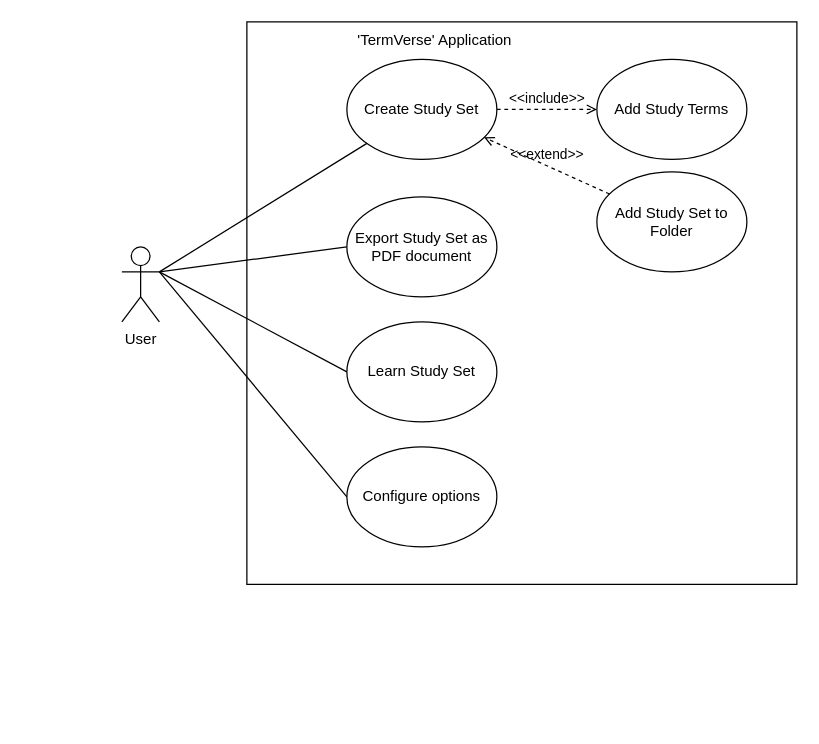
This is page "Use-Case diagram" (1 of 2) of Uml/UseCaseDiagram.drawio from MouseCreator/Labs2course-UML1a, a draw.io file, before an edit. Source tidied: cells renumbered, new cells numbered last; positions are measured from the earlier drawing's top-left corner, leaving out a move shared by most shapes. Both pictures are drawn from the tidied source at 125%, with x=0, y=0 at pixel (121, 21).
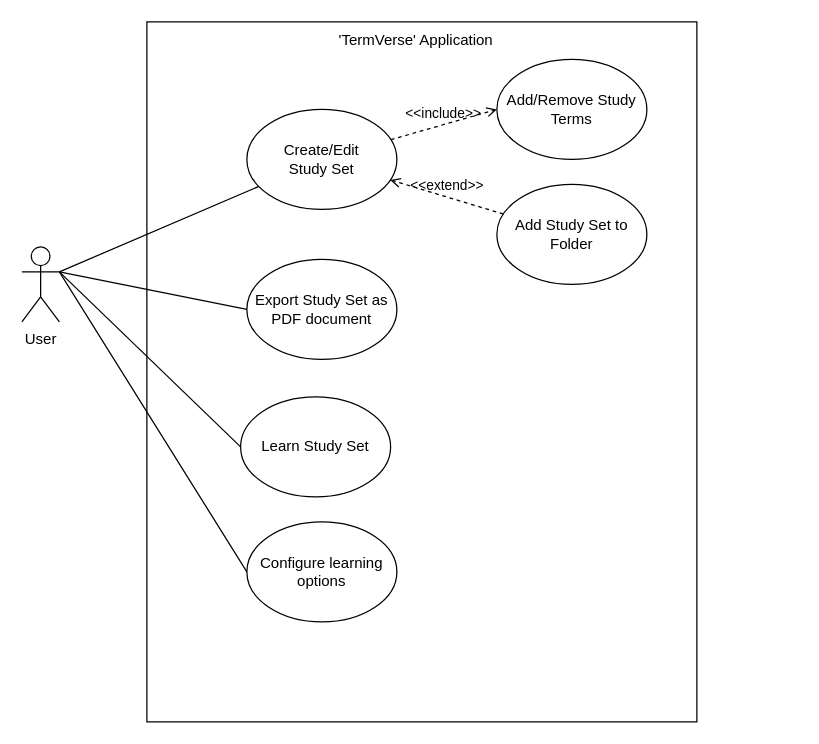
After the change.

Commit message (it also covers changes not shown here):
Added timing diagram

What changed in the source:
```diff
@@
 <mxGraphModel>
   <root>
     <mxCell id="0" />
     <mxCell id="1" parent="0" />
     <mxCell id="2" value="User" style="shape=umlActor;verticalLabelPosition=bottom;verticalAlign=top;html=1;" parent="1" vertex="1">
-      <mxGeometry y="180" width="30" height="60" as="geometry" />
+      <mxGeometry x="-80" y="180" width="30" height="60" as="geometry" />
     </mxCell>
     <mxCell id="3" style="whiteSpace=wrap;html=1;" parent="1" vertex="1">
-      <mxGeometry x="100" width="440" height="450" as="geometry" />
+      <mxGeometry x="20" width="440" height="560" as="geometry" />
     </mxCell>
     <mxCell id="4" value="'TermVerse' Application" style="text;html=1;align=center;verticalAlign=middle;strokeColor=none;fillColor=none;" parent="1" vertex="1">
-      <mxGeometry x="175" width="150" height="30" as="geometry" />
+      <mxGeometry x="160" width="150" height="30" as="geometry" />
     </mxCell>
-    <mxCell id="5" value="Create Study Set" style="ellipse;whiteSpace=wrap;html=1;" parent="1" vertex="1">
-      <mxGeometry x="180" y="30" width="120" height="80" as="geometry" />
+    <mxCell id="5" value="Create/Edit&lt;br&gt;Study Set" style="ellipse;whiteSpace=wrap;html=1;" parent="1" vertex="1">
+      <mxGeometry x="100" y="70" width="120" height="80" as="geometry" />
     </mxCell>
     <mxCell id="6" value="Learn Study Set" style="ellipse;whiteSpace=wrap;html=1;" parent="1" vertex="1">
-      <mxGeometry x="180" y="240" width="120" height="80" as="geometry" />
+      <mxGeometry x="95" y="300" width="120" height="80" as="geometry" />
     </mxCell>
     <mxCell id="7" value="Export Study Set as PDF document" style="ellipse;whiteSpace=wrap;html=1;" parent="1" vertex="1">
-      <mxGeometry x="180" y="140" width="120" height="80" as="geometry" />
+      <mxGeometry x="100" y="190" width="120" height="80" as="geometry" />
     </mxCell>
-    <mxCell id="8" value="Configure options" style="ellipse;whiteSpace=wrap;html=1;" parent="1" vertex="1">
-      <mxGeometry x="180" y="340" width="120" height="80" as="geometry" />
+    <mxCell id="8" value="Configure learning &lt;br&gt;options" style="ellipse;whiteSpace=wrap;html=1;" parent="1" vertex="1">
+      <mxGeometry x="100" y="400" width="120" height="80" as="geometry" />
     </mxCell>
     <mxCell id="9" style="edgeStyle=none;jettySize=auto;html=1;rounded=0;endArrow=none;endFill=0;exitX=1;exitY=0.3333333333333333;exitDx=0;exitDy=0;exitPerimeter=0;" parent="1" edge="1" source="2" target="5">
       <mxGeometry relative="1" as="geometry" />
     </mxCell>
     <mxCell id="10" style="edgeStyle=none;jettySize=auto;html=1;rounded=0;endArrow=none;endFill=0;entryX=0;entryY=0.5;entryDx=0;entryDy=0;exitX=1;exitY=0.3333333333333333;exitDx=0;exitDy=0;exitPerimeter=0;" parent="1" edge="1" source="2" target="7">
       <mxGeometry relative="1" as="geometry" />
     </mxCell>
     <mxCell id="11" style="edgeStyle=none;jettySize=auto;html=1;rounded=0;endArrow=none;endFill=0;entryX=0;entryY=0.5;entryDx=0;entryDy=0;exitX=1;exitY=0.3333333333333333;exitDx=0;exitDy=0;exitPerimeter=0;" parent="1" edge="1" source="2" target="6">
       <mxGeometry relative="1" as="geometry" />
     </mxCell>
     <mxCell id="12" style="edgeStyle=none;jettySize=auto;html=1;rounded=0;endArrow=none;endFill=0;entryX=0;entryY=0.5;entryDx=0;entryDy=0;exitX=1;exitY=0.3333333333333333;exitDx=0;exitDy=0;exitPerimeter=0;" parent="1" edge="1" source="2" target="8">
       <mxGeometry relative="1" as="geometry" />
     </mxCell>
-    <mxCell id="13" value="Add Study Terms" style="ellipse;whiteSpace=wrap;html=1;" parent="1" vertex="1">
-      <mxGeometry x="380" y="30" width="120" height="80" as="geometry" />
+    <mxCell id="13" value="Add/Remove Study Terms" style="ellipse;whiteSpace=wrap;html=1;" parent="1" vertex="1">
+      <mxGeometry x="300" y="30" width="120" height="80" as="geometry" />
     </mxCell>
     <mxCell id="14" value="&amp;lt;&amp;lt;include&amp;gt;&amp;gt;" style="html=1;verticalAlign=bottom;labelBackgroundColor=none;endArrow=open;endFill=0;dashed=1;rounded=0;entryX=0;entryY=0.5;entryDx=0;entryDy=0;" parent="1" edge="1" source="5" target="13">
       <mxGeometry relative="1" as="geometry" />
     </mxCell>
     <mxCell id="15" value="Add Study Set to Folder" style="ellipse;whiteSpace=wrap;html=1;" parent="1" vertex="1">
-      <mxGeometry x="380" y="120" width="120" height="80" as="geometry" />
+      <mxGeometry x="300" y="130" width="120" height="80" as="geometry" />
     </mxCell>
     <mxCell id="16" value="&amp;lt;&amp;lt;extend&amp;gt;&amp;gt;" style="html=1;verticalAlign=bottom;labelBackgroundColor=none;endArrow=open;endFill=0;dashed=1;rounded=0;" parent="1" edge="1" source="15" target="5">
       <mxGeometry relative="1" as="geometry" />
     </mxCell>
   </root>
 </mxGraphModel>
```
